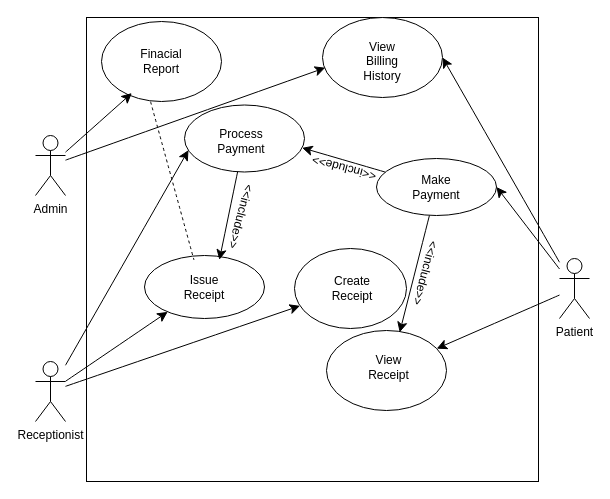
Before: page "Page-4" (4 of 5) of UseCaseDiagram.drawio in samoc2023/WebFrameWorkTest, a draw.io diagram. Source tidied: cells renumbered, new cells numbered last; positions are measured from the earlier drawing's top-left corner, leaving out a move shared by most shapes. Both pictures are drawn from the tidied source at 100%, with x=0, y=0 at pixel (35, 17).
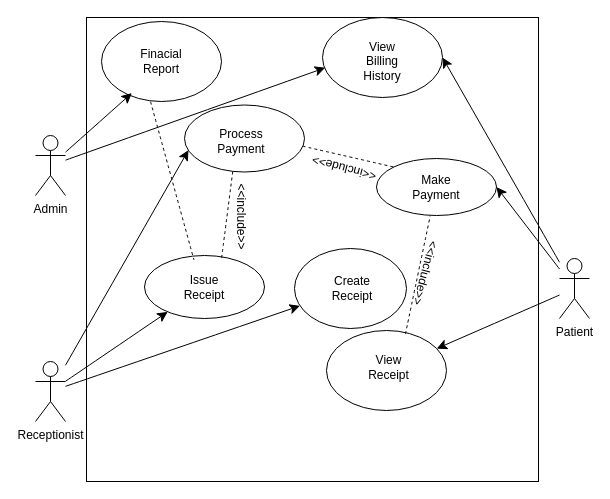
The same diagram, later.

The change refers to these unchanged cells:
```xml
<mxCell id="11" style="ellipse;whiteSpace=wrap;html=1;" parent="1" vertex="1">
  <mxGeometry x="149" y="87.5" width="120" height="67" as="geometry" />
</mxCell>
<mxCell id="13" style="ellipse;whiteSpace=wrap;html=1;" parent="1" vertex="1">
  <mxGeometry x="291" y="313" width="120" height="80" as="geometry" />
</mxCell>
<mxCell id="15" style="ellipse;whiteSpace=wrap;html=1;" parent="1" vertex="1">
  <mxGeometry x="341" y="141" width="120" height="57" as="geometry" />
</mxCell>
<mxCell id="20" style="ellipse;whiteSpace=wrap;html=1;" parent="1" vertex="1">
  <mxGeometry x="109" y="238" width="120" height="63" as="geometry" />
</mxCell>
```

Diff of the diagram source:
```diff
@@
-    <mxCell id="14" style="edgeStyle=none;curved=1;rounded=0;jettySize=auto;html=1;entryX=0.61;entryY=0.023;entryDx=0;entryDy=0;fontSize=12;startSize=8;endSize=8;entryPerimeter=0;" parent="1" edge="1" source="15" target="13">
-      <mxGeometry relative="1" as="geometry" />
-    </mxCell>
@@
-    <mxCell id="31" style="edgeStyle=none;curved=1;rounded=0;jettySize=auto;html=1;entryX=0.98;entryY=0.639;entryDx=0;entryDy=0;entryPerimeter=0;fontSize=12;startSize=8;endSize=8;" parent="1" edge="1" source="15" target="11">
-      <mxGeometry relative="1" as="geometry" />
-    </mxCell>
-    <mxCell id="32" style="edgeStyle=none;curved=1;rounded=0;jettySize=auto;html=1;entryX=0.624;entryY=0.069;entryDx=0;entryDy=0;entryPerimeter=0;fontSize=12;startSize=8;endSize=8;" parent="1" edge="1" source="11" target="20">
-      <mxGeometry relative="1" as="geometry" />
-    </mxCell>
-    <mxCell id="33" value="&amp;lt;&amp;lt;include&amp;gt;&amp;gt;" style="text;html=1;align=center;verticalAlign=middle;whiteSpace=wrap;rounded=0;rotation=105;" parent="1" vertex="1">
+    <mxCell id="33" value="&amp;lt;&amp;lt;include&amp;gt;&amp;gt;" style="text;html=1;align=center;verticalAlign=middle;whiteSpace=wrap;rounded=0;rotation=90;" parent="1" vertex="1">
       <mxGeometry x="176" y="184.5" width="60" height="30" as="geometry" />
     </mxCell>
@@
+    <mxCell id="35" style="endArrow=none;dashed=1;html=1;rounded=0;fontSize=12;startSize=8;endSize=8;curved=1;entryX=0;entryY=0;entryDx=0;entryDy=0;exitX=0.986;exitY=0.615;exitDx=0;exitDy=0;exitPerimeter=0;" parent="1" edge="1" source="11" target="15">
+      <mxGeometry relative="1" as="geometry" />
+    </mxCell>
+    <mxCell id="36" style="endArrow=none;dashed=1;html=1;rounded=0;fontSize=12;startSize=8;endSize=8;curved=1;entryX=0.402;entryY=0.994;entryDx=0;entryDy=0;entryPerimeter=0;exitX=0.643;exitY=0.034;exitDx=0;exitDy=0;exitPerimeter=0;" parent="1" edge="1" source="20" target="11">
+      <mxGeometry relative="1" as="geometry" />
+    </mxCell>
+    <mxCell id="37" style="endArrow=none;dashed=1;html=1;rounded=0;fontSize=12;startSize=8;endSize=8;curved=1;entryX=0.448;entryY=1.004;entryDx=0;entryDy=0;entryPerimeter=0;exitX=0.658;exitY=0.041;exitDx=0;exitDy=0;exitPerimeter=0;" parent="1" edge="1" source="13" target="15">
+      <mxGeometry relative="1" as="geometry" />
+    </mxCell>
```
